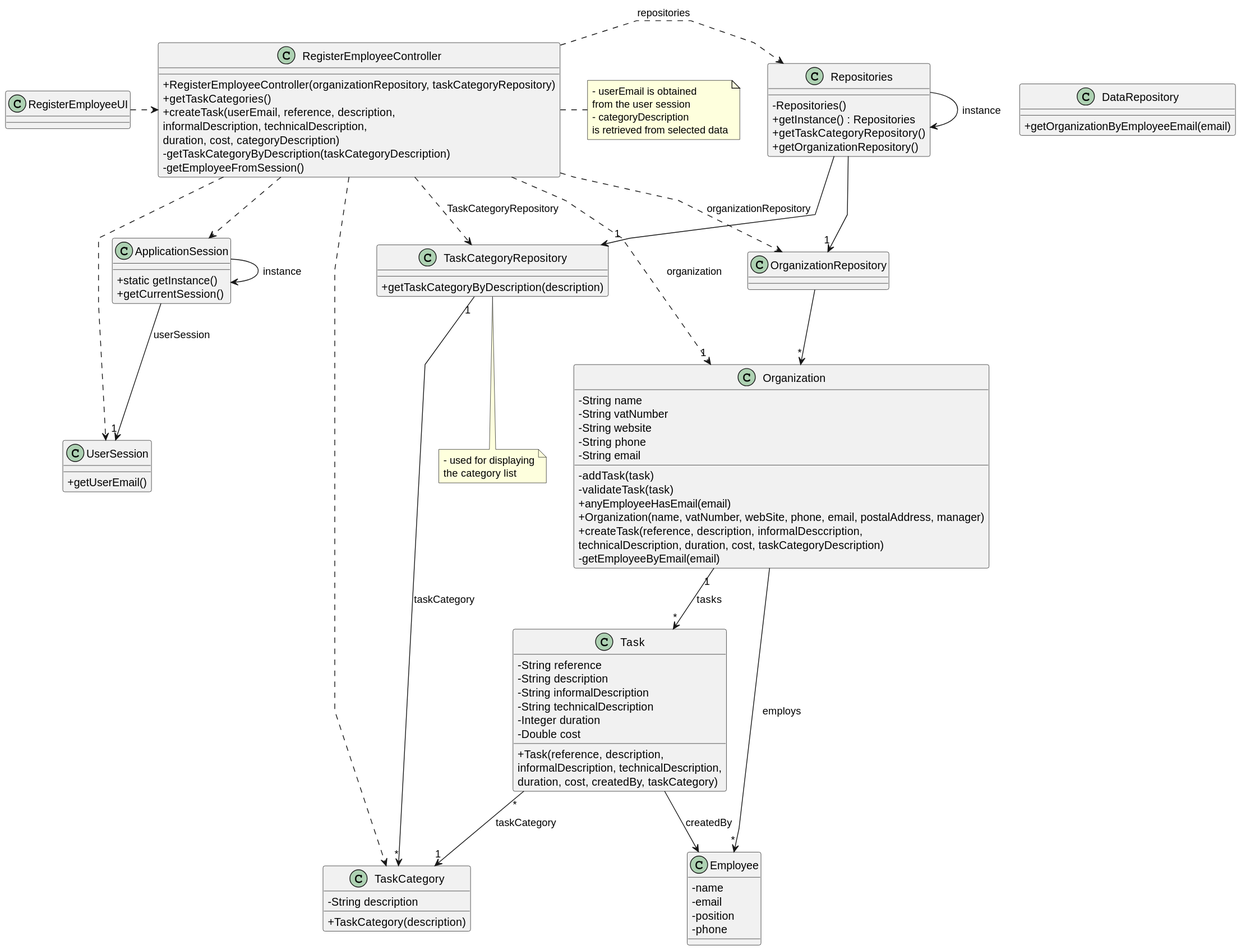
Earlier version of the PlantUML export docs/sprintB/us003/03.design/svg/us003-class-diagram.svg (rita-barbosa/LAPR2-2223).
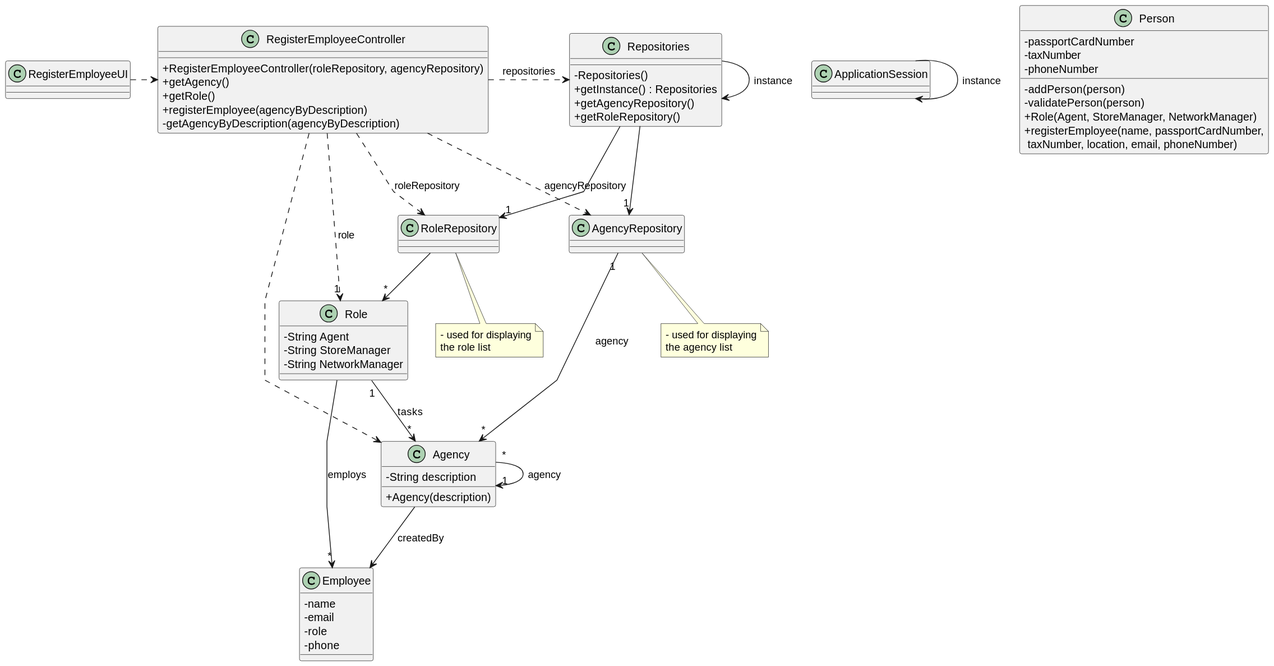
The same diagram one commit later.

Diff of the diagram source:
```diff
@@ -6,90 +6,72 @@
 skinparam classAttributeIconSize 0
 
 
-class ApplicationSession
-{
-    + static getInstance()
-    + getCurrentSession()
-}
-
-class UserSession
-{
-    + getUserEmail()
-}
 
 class Employee {
     - name
     - email
-    - position
+    - role
     - phone
 }
 
-class Task {
-    - String reference
-    - String description
-    - String informalDescription
-    - String technicalDescription
-    - Integer duration
-    - Double cost
+class Person {
+ - passportCardNumber
+ - taxNumber
+ - phoneNumber
 
-    + Task(reference, description,\ninformalDescription, technicalDescription,\nduration, cost, createdBy, taskCategory)
-}
-
-class TaskCategory {
-    - String description
-
-    + TaskCategory(description)
-}
-
-class Organization {
-    - String name
-    - String vatNumber
-    - String website
-    - String phone
-    - String email
-
-    - addTask(task)
-    - validateTask(task)
-    + anyEmployeeHasEmail(email)
-    + Organization(name, vatNumber, webSite, phone, email, postalAddress, manager)
-    + createTask(reference, description, informalDesccription,\ntechnicalDescription, duration, cost, taskCategoryDescription)
-    - getEmployeeByEmail(email)
+  - addPerson(person)
+     - validatePerson(person)
+     + Role(Agent, StoreManager, NetworkManager)
+     + registerEmployee(name, passportCardNumber,\n taxNumber, location, email, phoneNumber)
 
 }
 
-class TaskCategoryRepository {
-    + getTaskCategoryByDescription(description)
+
+class Agency {
+    - String description
+
+    + Agency(description)
 }
 
-class DataRepository {
-    + getOrganizationByEmployeeEmail(email)
+class Role {
+    - String Agent
+    - String StoreManager
+    - String NetworkManager
 }
+
+class AgencyRepository {
+}
+
+class RoleRepository{
+}
+
 
 class Repositories {
     - Repositories()
     + getInstance() : Repositories
-    + getTaskCategoryRepository()
-    + getOrganizationRepository()
+    + getAgencyRepository()
+    + getRoleRepository()
 }
 
 class RegisterEmployeeController {
-    + RegisterEmployeeController(organizationRepository, taskCategoryRepository)
-    + getTaskCategories()
-    + createTask(userEmail, reference, description,\ninformalDescription, technicalDescription,\nduration, cost, categoryDescription)
-    - getTaskCategoryByDescription(taskCategoryDescription)
-    - getEmployeeFromSession()
+    + RegisterEmployeeController(roleRepository, agencyRepository)
+    + getAgency()
+    + getRole()
+    + registerEmployee(agencyByDescription)
+    - getAgencyByDescription(agencyByDescription)
+
 }
 
-note right of RegisterEmployeeController
-    - userEmail is obtained
-    from the user session
-    - categoryDescription
-    is retrieved from selected data
+
+
+note bottom of AgencyRepository
+    - used for displaying
+    the agency list
 end note
 
-note bottom of TaskCategoryRepository
-    - used for displaying
-    the category list
+note bottom of RoleRepository
+ - used for displaying
+ the role list
 end note
 
 class RegisterEmployeeUI {
@@ -102,24 +84,21 @@
 
 RegisterEmployeeController .> Repositories : repositories
 
-Repositories -> "1" TaskCategoryRepository
+Repositories -> "1" AgencyRepository
 
-RegisterEmployeeController ..> TaskCategory
-RegisterEmployeeController ..> OrganizationRepository : organizationRepository
-RegisterEmployeeController ..> TaskCategoryRepository : TaskCategoryRepository
+RegisterEmployeeController ..> Agency
+RegisterEmployeeController ..> RoleRepository : roleRepository
+RegisterEmployeeController ..> AgencyRepository : agencyRepository
 
-Repositories --> "1" OrganizationRepository
+Repositories --> "1" RoleRepository
 
-OrganizationRepository --> "*" Organization
-ApplicationSession --> "1" UserSession : userSession
+RoleRepository --> "*" Role
 
-RegisterEmployeeController ..> "1" Organization : organization
-RegisterEmployeeController ..> ApplicationSession
-RegisterEmployeeController ..> UserSession
-Task "*" --> "1" TaskCategory : taskCategory
-TaskCategoryRepository "1" --> "*" TaskCategory : taskCategory
-Organization "1" --> "*" Task : tasks
-Task --> Employee : createdBy
+RegisterEmployeeController ..> "1" Role : role
+Agency "*" --> "1" Agency : agency
+AgencyRepository "1" --> "*" Agency : agency
+Role "1" --> "*" Agency : tasks
+Agency --> Employee : createdBy
 
-Organization --> "*" Employee : employs
+Role --> "*" Employee : employs
 @enduml
```
